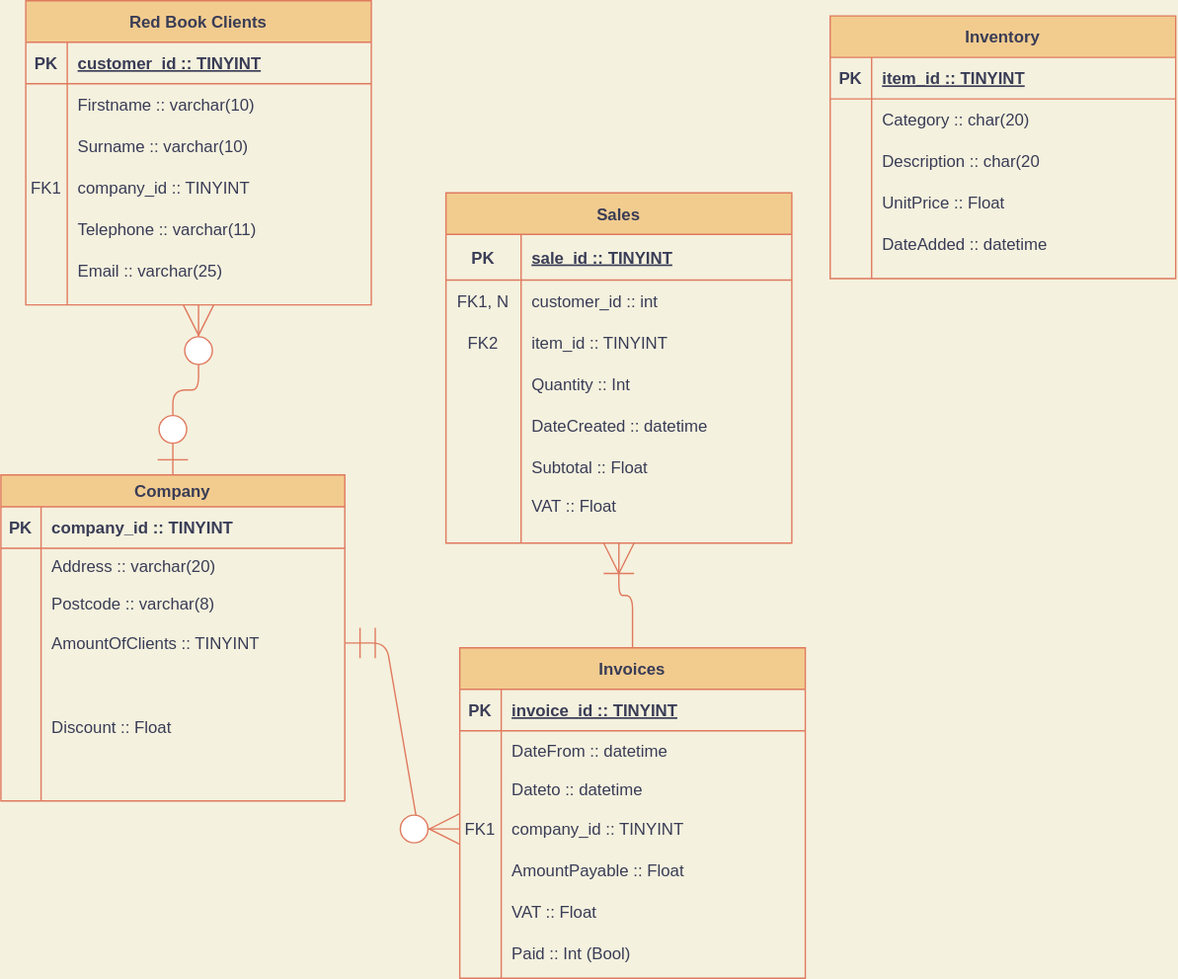
Earlier version of the draw.io export ERD.svg (KitchenPizzeria/Client-Apps). Source tidied: cells renumbered, new cells last; positions are measured from the earlier drawing's top-left corner, leaving out a move shared by most shapes.
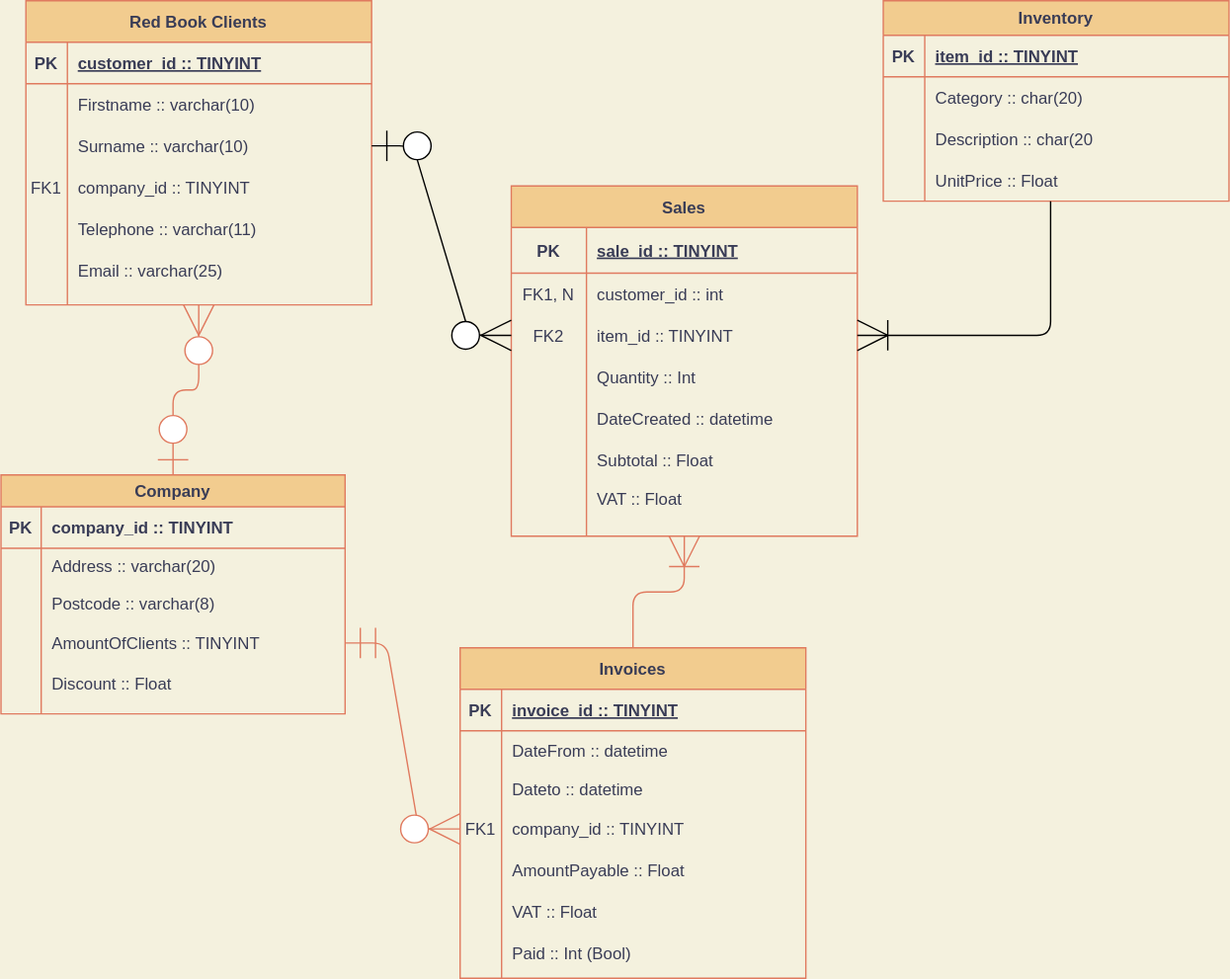
Later version of the same file.

Commit message:
Entity Relationship Diagram

What changed in the source:
```diff
@@ -2,11 +2,11 @@
   <root>
     <mxCell id="0" />
     <mxCell id="1" parent="0" />
-    <mxCell id="2" value="Inventory" style="shape=table;startSize=30;rowLines=0;fontStyle=1;align=center;fillColor=#F2CC8F;strokeColor=#E07A5F;fontColor=#393C56;" parent="1" vertex="1">
-      <mxGeometry x="600" y="11" width="250" height="190" as="geometry" />
+    <mxCell id="2" value="Inventory" style="shape=table;startSize=25;rowLines=0;fontStyle=1;align=center;fillColor=#F2CC8F;strokeColor=#E07A5F;fontColor=#393C56;" parent="1" vertex="1">
+      <mxGeometry x="638" width="250" height="145" as="geometry" />
     </mxCell>
     <mxCell id="3" style="shape=partialRectangle;fillColor=none;top=0;left=0;right=0;bottom=1;strokeColor=#E07A5F;fontColor=#393C56;" parent="2" vertex="1">
-      <mxGeometry y="30" width="250" height="30" as="geometry" />
+      <mxGeometry y="25" width="250" height="30" as="geometry" />
     </mxCell>
     <mxCell id="4" value="PK" style="shape=partialRectangle;overflow=hidden;fillColor=none;top=0;left=0;bottom=0;right=0;fontStyle=1;strokeColor=#E07A5F;fontColor=#393C56;" parent="3" vertex="1">
       <mxGeometry width="30" height="30" as="geometry" />
@@ -15,7 +15,7 @@
       <mxGeometry x="30" width="220" height="30" as="geometry" />
     </mxCell>
     <mxCell id="6" style="shape=partialRectangle;fillColor=none;top=0;left=0;right=0;bottom=0;strokeColor=#E07A5F;fontColor=#393C56;" parent="2" vertex="1">
-      <mxGeometry y="60" width="250" height="30" as="geometry" />
+      <mxGeometry y="55" width="250" height="30" as="geometry" />
     </mxCell>
     <mxCell id="7" style="shape=partialRectangle;overflow=hidden;fillColor=none;top=0;left=0;bottom=0;right=0;strokeColor=#E07A5F;fontColor=#393C56;" parent="6" vertex="1">
       <mxGeometry width="30" height="30" as="geometry" />
@@ -24,7 +24,7 @@
       <mxGeometry x="30" width="220" height="30" as="geometry" />
     </mxCell>
     <mxCell id="9" style="shape=partialRectangle;fillColor=none;top=0;left=0;right=0;bottom=0;strokeColor=#E07A5F;fontColor=#393C56;" parent="2" vertex="1">
-      <mxGeometry y="90" width="250" height="30" as="geometry" />
+      <mxGeometry y="85" width="250" height="30" as="geometry" />
     </mxCell>
     <mxCell id="10" style="shape=partialRectangle;overflow=hidden;fillColor=none;top=0;left=0;bottom=0;right=0;strokeColor=#E07A5F;fontColor=#393C56;" parent="9" vertex="1">
       <mxGeometry width="30" height="30" as="geometry" />
@@ -33,7 +33,7 @@
       <mxGeometry x="30" width="220" height="30" as="geometry" />
     </mxCell>
     <mxCell id="12" style="shape=partialRectangle;fillColor=none;points=[[0,0.5],[1,0.5]];portConstraint=eastwest;top=0;left=0;right=0;bottom=0;strokeColor=#E07A5F;fontColor=#393C56;" parent="2" vertex="1">
-      <mxGeometry y="120" width="250" height="30" as="geometry" />
+      <mxGeometry y="115" width="250" height="30" as="geometry" />
     </mxCell>
     <mxCell id="13" style="shape=partialRectangle;overflow=hidden;fillColor=none;top=0;left=0;bottom=0;right=0;strokeColor=#E07A5F;fontColor=#393C56;" parent="12" vertex="1">
       <mxGeometry width="30" height="30" as="geometry" />
@@ -41,15 +41,6 @@
     <mxCell id="14" value="UnitPrice :: Float" style="shape=partialRectangle;overflow=hidden;fillColor=none;top=0;left=0;bottom=0;right=0;align=left;spacingLeft=6;strokeColor=#E07A5F;fontColor=#393C56;" parent="12" vertex="1">
       <mxGeometry x="30" width="220" height="30" as="geometry" />
     </mxCell>
-    <mxCell id="15" style="shape=partialRectangle;fillColor=none;top=0;left=0;right=0;bottom=0;strokeColor=#E07A5F;fontColor=#393C56;" parent="2" vertex="1">
-      <mxGeometry y="150" width="250" height="30" as="geometry" />
-    </mxCell>
-    <mxCell id="16" style="shape=partialRectangle;overflow=hidden;fillColor=none;top=0;left=0;bottom=0;right=0;strokeColor=#E07A5F;fontColor=#393C56;" parent="15" vertex="1">
-      <mxGeometry width="30" height="30" as="geometry" />
-    </mxCell>
-    <mxCell id="17" value="DateAdded :: datetime" style="shape=partialRectangle;overflow=hidden;fillColor=none;top=0;left=0;bottom=0;right=0;align=left;spacingLeft=6;strokeColor=#E07A5F;fontColor=#393C56;" parent="15" vertex="1">
-      <mxGeometry x="30" width="220" height="30" as="geometry" />
-    </mxCell>
     <mxCell id="18" value="Red Book Clients" style="shape=table;startSize=30;rowLines=0;fontStyle=1;align=center;fillColor=#F2CC8F;strokeColor=#E07A5F;fontColor=#393C56;" parent="1" vertex="1">
       <mxGeometry x="18" width="250" height="220" as="geometry" />
     </mxCell>
@@ -108,7 +99,7 @@
       <mxGeometry x="30" width="220" height="30" as="geometry" />
     </mxCell>
     <mxCell id="37" value="Company" style="shape=table;startSize=23;rowLines=0;fontStyle=1;align=center;fillColor=#F2CC8F;strokeColor=#E07A5F;fontColor=#393C56;" parent="1" vertex="1">
-      <mxGeometry y="343" width="248.8" height="235.7" as="geometry" />
+      <mxGeometry y="343" width="248.8" height="172.7" as="geometry" />
     </mxCell>
     <mxCell id="38" style="shape=partialRectangle;fillColor=none;top=0;left=0;right=0;bottom=1;strokeColor=#E07A5F;fontColor=#393C56;" parent="37" vertex="1">
       <mxGeometry y="23" width="248.8" height="30" as="geometry" />
@@ -146,14 +137,14 @@
     <mxCell id="49" value="AmountOfClients :: TINYINT" style="shape=partialRectangle;overflow=hidden;fillColor=none;top=0;left=0;bottom=0;right=0;align=left;spacingLeft=6;strokeColor=#E07A5F;fontColor=#393C56;" parent="47" vertex="1">
       <mxGeometry x="29.1" width="219.8" height="29" as="geometry" />
     </mxCell>
-    <mxCell id="50" style="shape=partialRectangle;fillColor=none;top=0;left=0;right=0;bottom=0;strokeColor=#E07A5F;fontColor=#393C56;" parent="37" vertex="1">
-      <mxGeometry y="136" width="248.8" height="92" as="geometry" />
-    </mxCell>
-    <mxCell id="51" style="shape=partialRectangle;overflow=hidden;fillColor=none;top=0;left=0;bottom=0;right=0;strokeColor=#E07A5F;fontColor=#393C56;" parent="50" vertex="1">
-      <mxGeometry width="29.1" height="92" as="geometry" />
-    </mxCell>
+    <mxCell id="100" style="shape=partialRectangle;fillColor=none;top=0;left=0;right=0;bottom=0;strokeColor=#E07A5F;fontColor=#393C56;" parent="37" vertex="1">
+      <mxGeometry y="136" width="248.8" height="29" as="geometry" />
+    </mxCell>
+    <mxCell id="101" style="shape=partialRectangle;overflow=hidden;fillColor=none;top=0;left=0;bottom=0;right=0;strokeColor=#E07A5F;fontColor=#393C56;" parent="100" vertex="1">
+      <mxGeometry width="29.1" height="29" as="geometry" />
+    </mxCell>
-    <mxCell id="52" value="Discount :: Float" style="shape=partialRectangle;overflow=hidden;fillColor=none;top=0;left=0;bottom=0;right=0;align=left;spacingLeft=6;strokeColor=#E07A5F;fontColor=#393C56;" parent="50" vertex="1">
-      <mxGeometry x="29.1" width="219.8" height="92" as="geometry" />
+    <mxCell id="52" value="Discount :: Float" style="shape=partialRectangle;overflow=hidden;fillColor=none;top=0;left=0;bottom=0;right=0;align=left;spacingLeft=6;strokeColor=#E07A5F;fontColor=#393C56;" parent="100" vertex="1">
+      <mxGeometry x="29.1" width="219.8" height="29" as="geometry" />
     </mxCell>
     <mxCell id="53" value="Invoices" style="shape=table;startSize=30;rowLines=0;fontStyle=1;align=center;fillColor=#F2CC8F;strokeColor=#E07A5F;fontColor=#393C56;" parent="1" vertex="1">
       <mxGeometry x="332" y="468" width="250" height="239" as="geometry" />
@@ -222,7 +213,7 @@
       <mxGeometry x="30" width="220" height="30" as="geometry" />
     </mxCell>
     <mxCell id="75" value="Sales" style="shape=table;startSize=30;rowLines=0;fontStyle=1;align=center;fillColor=#F2CC8F;strokeColor=#E07A5F;fontColor=#393C56;" parent="1" vertex="1">
-      <mxGeometry x="322" y="139" width="250.2" height="253.2" as="geometry" />
+      <mxGeometry x="369" y="134" width="250.2" height="253.2" as="geometry" />
     </mxCell>
     <mxCell id="76" style="shape=partialRectangle;fillColor=none;top=0;left=0;right=0;bottom=1;strokeColor=#E07A5F;fontColor=#393C56;" parent="75" vertex="1">
       <mxGeometry y="30" width="250.2" height="33" as="geometry" />
@@ -296,5 +287,11 @@
     <mxCell id="99" style="edgeStyle=entityRelationEdgeStyle;fontSize=12;html=1;endArrow=ERzeroToMany;startArrow=ERmandOne;startSize=20;endSize=20;exitX=1;exitY=0.5;exitDx=0;exitDy=0;entryX=0;entryY=0.5;entryDx=0;entryDy=0;strokeColor=#E07A5F;fontColor=#393C56;labelBackgroundColor=#F4F1DE;" parent="1" edge="1" source="47" target="63">
       <mxGeometry relative="1" as="geometry" />
     </mxCell>
+    <mxCell id="102" style="edgeStyle=entityRelationEdgeStyle;fontSize=12;html=1;endArrow=ERzeroToMany;startArrow=ERzeroToOne;exitX=1;exitY=0.5;exitDx=0;exitDy=0;entryX=0;entryY=0.5;entryDx=0;entryDy=0;endSize=20;startSize=20;" parent="1" edge="1" source="25" target="82">
+      <mxGeometry relative="1" as="geometry" />
+    </mxCell>
+    <mxCell id="103" style="edgeStyle=orthogonalEdgeStyle;fontSize=12;html=1;endArrow=ERoneToMany;startSize=20;endSize=20;exitX=0.484;exitY=1;exitDx=0;exitDy=0;exitPerimeter=0;entryX=1;entryY=0.5;entryDx=0;entryDy=0;" parent="1" edge="1" source="12" target="82">
+      <mxGeometry relative="1" as="geometry" />
+    </mxCell>
   </root>
 </mxGraphModel>
```
